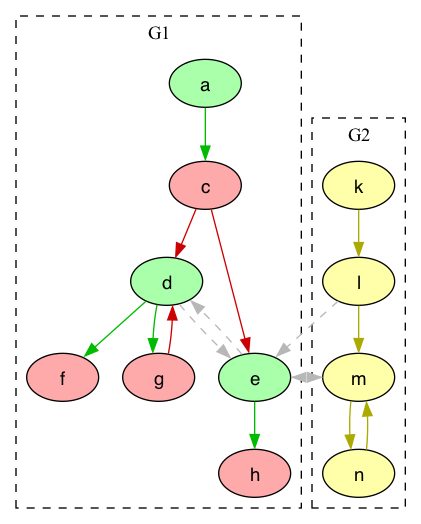
This is lib/graphs/game_graph_colored.png from idaks/Games-and-Argumentation, a Graphviz export, as it was before one commit. Its source is kept beside it as lib/graphs/game_graph_colored.dot.
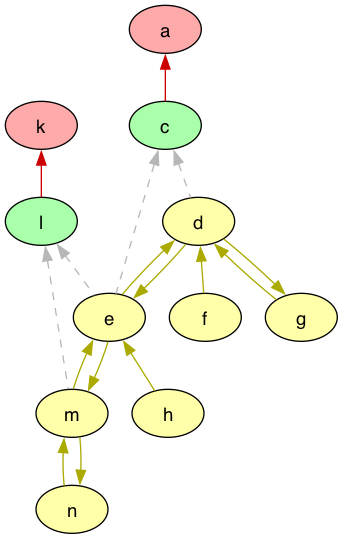
The same diagram one commit later.

What changed in the source:
```diff
@@ -1,32 +1,25 @@
 digraph G {
   node [shape=oval style=filled fontname=Helvetica fontsize=14]
-  subgraph cluster_g1{
-  label = "G1"; color = black; style ="dashed";
-    node [fillcolor="#AAFFAA" fontcolor="#000000"] a d e;
-    node [fillcolor="#FFAAAA" fontcolor="#000000"] c f g h;
-  }
-  subgraph cluster_g2{
-  label = "G2"; color = black; style ="dashed";
-    node [fillcolor="#FFFFAA" fontcolor="#000000"] k l m n;
-  }
-  edge [dir=forward, color="#00BB00", style="solid"]
+  node [fillcolor="#AAFFAA" fontcolor="#000000"] c l;
+  node [fillcolor="#FFAAAA" fontcolor="#000000"] a k;
+  node [fillcolor="#FFFFAA" fontcolor="#000000"] d e m f g h n;
+  edge [dir=back, color="#CC0000", style="solid"]
         "a" -> "c";
-        "d" -> "f";
-        "d" -> "g";
-        "e" -> "h";
-  edge [dir=forward, color="#AAAA00", style="solid"]
         "k" -> "l";
-        "l" -> "m";
-        "m" -> "n";
-        "n" -> "m";
-  edge [dir=forward, color="#CC0000", style="solid"]
+  edge [dir=back, color="#b7b7b7", style="dashed"]
         "c" -> "d";
         "c" -> "e";
-        "g" -> "d";
-  edge [dir=forward, color="#b7b7b7", style="dashed"]
         "l" -> "e";
+        "l" -> "m";
+  edge [dir=back, color="#AAAA00", style="solid"]
         "d" -> "e";
         "e" -> "d";
         "e" -> "m";
         "m" -> "e";
+        "d" -> "f";
+        "d" -> "g";
+        "g" -> "d";
+        "e" -> "h";
+        "m" -> "n";
+        "n" -> "m";
 }
```
